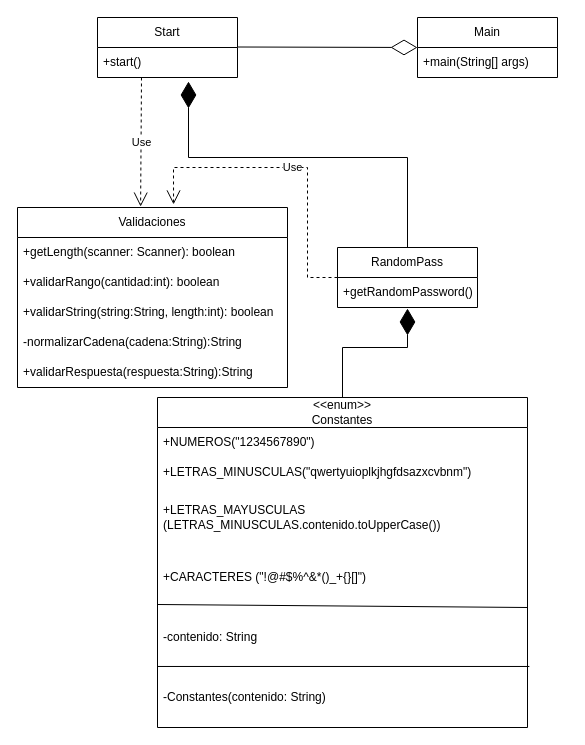
Before: diagrama/DiagramaClasesGeneradorContraseñas.drawio in Donsanti97/RandomPasswordGenerator, a draw.io diagram. Source tidied: cells renumbered, new cells numbered last; positions are measured from the earlier drawing's top-left corner, leaving out a move shared by most shapes. Both pictures are drawn from the tidied source at 100%, with x=0, y=0 at pixel (17, 17).
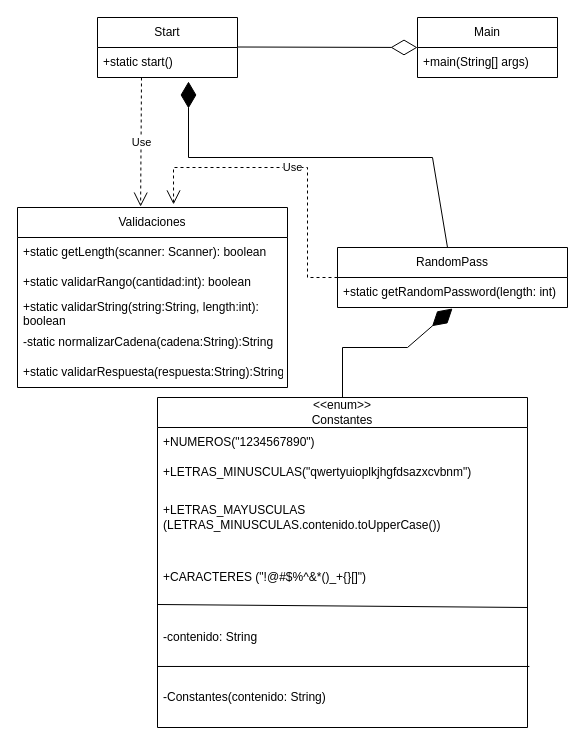
Above is the later version.

Commit message (it also covers changes not shown here):
Diagrama de clases

The change refers to these unchanged cells:
```xml
<mxCell id="13" value="Validaciones" style="swimlane;fontStyle=0;horizontal=1;startSize=30;whiteSpace=wrap;html=1;" parent="1" vertex="1">
  <mxGeometry y="190" width="270" height="180" as="geometry" />
</mxCell>
<mxCell id="19" value="Start" style="swimlane;fontStyle=0;horizontal=1;startSize=30;whiteSpace=wrap;html=1;" parent="1" vertex="1">
  <mxGeometry x="80" width="140" height="60" as="geometry" />
</mxCell>
```

Change to the diagram source:
```diff
@@
     <mxCell id="2" value="RandomPass" style="swimlane;fontStyle=0;horizontal=1;startSize=30;whiteSpace=wrap;html=1;" parent="1" vertex="1">
-      <mxGeometry x="320" y="230" width="140" height="60" as="geometry" />
+      <mxGeometry x="320" y="230" width="230" height="60" as="geometry" />
     </mxCell>
-    <mxCell id="3" value="+getRandomPassword()" style="text;strokeColor=none;fillColor=none;align=left;verticalAlign=middle;spacingLeft=4;spacingRight=4;overflow=hidden;points=[[0,0.5],[1,0.5]];portConstraint=eastwest;whiteSpace=wrap;html=1;" parent="2" vertex="1">
-      <mxGeometry y="30" width="140" height="30" as="geometry" />
+    <mxCell id="3" value="+static&amp;nbsp;getRandomPassword(length: int)" style="text;strokeColor=none;fillColor=none;align=left;verticalAlign=middle;spacingLeft=4;spacingRight=4;overflow=hidden;points=[[0,0.5],[1,0.5]];portConstraint=eastwest;whiteSpace=wrap;html=1;" parent="2" vertex="1">
+      <mxGeometry y="30" width="230" height="30" as="geometry" />
     </mxCell>
@@
-    <mxCell id="14" value="+getLength(scanner: Scanner): boolean" style="text;strokeColor=none;fillColor=none;align=left;verticalAlign=middle;spacingLeft=4;spacingRight=4;overflow=hidden;whiteSpace=wrap;html=1;" parent="13" vertex="1">
+    <mxCell id="14" value="+static getLength(scanner: Scanner): boolean" style="text;strokeColor=none;fillColor=none;align=left;verticalAlign=middle;spacingLeft=4;spacingRight=4;overflow=hidden;whiteSpace=wrap;html=1;" parent="13" vertex="1">
       <mxGeometry y="30" width="270" height="30" as="geometry" />
     </mxCell>
-    <mxCell id="15" value="+validarRango(cantidad:int): boolean" style="text;strokeColor=none;fillColor=none;align=left;verticalAlign=middle;spacingLeft=4;spacingRight=4;overflow=hidden;whiteSpace=wrap;html=1;" parent="13" vertex="1">
+    <mxCell id="15" value="+static&amp;nbsp;validarRango(cantidad:int): boolean" style="text;strokeColor=none;fillColor=none;align=left;verticalAlign=middle;spacingLeft=4;spacingRight=4;overflow=hidden;whiteSpace=wrap;html=1;" parent="13" vertex="1">
       <mxGeometry y="60" width="270" height="30" as="geometry" />
     </mxCell>
-    <mxCell id="16" value="+validarString(string:String, length:int): boolean" style="text;strokeColor=none;fillColor=none;align=left;verticalAlign=middle;spacingLeft=4;spacingRight=4;overflow=hidden;whiteSpace=wrap;html=1;" parent="13" vertex="1">
+    <mxCell id="16" value="+static&amp;nbsp;validarString(string:String, length:int): boolean" style="text;strokeColor=none;fillColor=none;align=left;verticalAlign=middle;spacingLeft=4;spacingRight=4;overflow=hidden;whiteSpace=wrap;html=1;" parent="13" vertex="1">
       <mxGeometry y="90" width="270" height="30" as="geometry" />
     </mxCell>
-    <mxCell id="17" value="-normalizarCadena(cadena:String):String" style="text;strokeColor=none;fillColor=none;align=left;verticalAlign=middle;spacingLeft=4;spacingRight=4;overflow=hidden;whiteSpace=wrap;html=1;" parent="13" vertex="1">
+    <mxCell id="17" value="-static&amp;nbsp;normalizarCadena(cadena:String):String" style="text;strokeColor=none;fillColor=none;align=left;verticalAlign=middle;spacingLeft=4;spacingRight=4;overflow=hidden;whiteSpace=wrap;html=1;" parent="13" vertex="1">
       <mxGeometry y="120" width="270" height="30" as="geometry" />
     </mxCell>
-    <mxCell id="18" value="+validarRespuesta(respuesta:String):String" style="text;strokeColor=none;fillColor=none;align=left;verticalAlign=middle;spacingLeft=4;spacingRight=4;overflow=hidden;whiteSpace=wrap;html=1;" parent="13" vertex="1">
+    <mxCell id="18" value="+static&amp;nbsp;validarRespuesta(respuesta:String):String" style="text;strokeColor=none;fillColor=none;align=left;verticalAlign=middle;spacingLeft=4;spacingRight=4;overflow=hidden;whiteSpace=wrap;html=1;" parent="13" vertex="1">
       <mxGeometry y="150" width="270" height="30" as="geometry" />
     </mxCell>
@@
-    <mxCell id="20" value="+start()" style="text;strokeColor=none;fillColor=none;align=left;verticalAlign=middle;spacingLeft=4;spacingRight=4;overflow=hidden;points=[[0,0.5],[1,0.5]];portConstraint=eastwest;whiteSpace=wrap;html=1;" parent="19" vertex="1">
+    <mxCell id="20" value="+static&amp;nbsp;start()" style="text;strokeColor=none;fillColor=none;align=left;verticalAlign=middle;spacingLeft=4;spacingRight=4;overflow=hidden;points=[[0,0.5],[1,0.5]];portConstraint=eastwest;whiteSpace=wrap;html=1;" parent="19" vertex="1">
       <mxGeometry y="30" width="140" height="30" as="geometry" />
     </mxCell>
@@
     <mxCell id="25" style="endArrow=diamondThin;endFill=1;endSize=24;html=1;rounded=0;entryX=0.65;entryY=1.133;entryDx=0;entryDy=0;entryPerimeter=0;" parent="1" edge="1" source="2" target="20">
       <mxGeometry relative="1" as="geometry">
         <Array as="points">
-          <mxPoint x="390" y="140" />
+          <mxPoint x="415" y="140" />
           <mxPoint x="171" y="140" />
         </Array>
       </mxGeometry>
     </mxCell>
```
